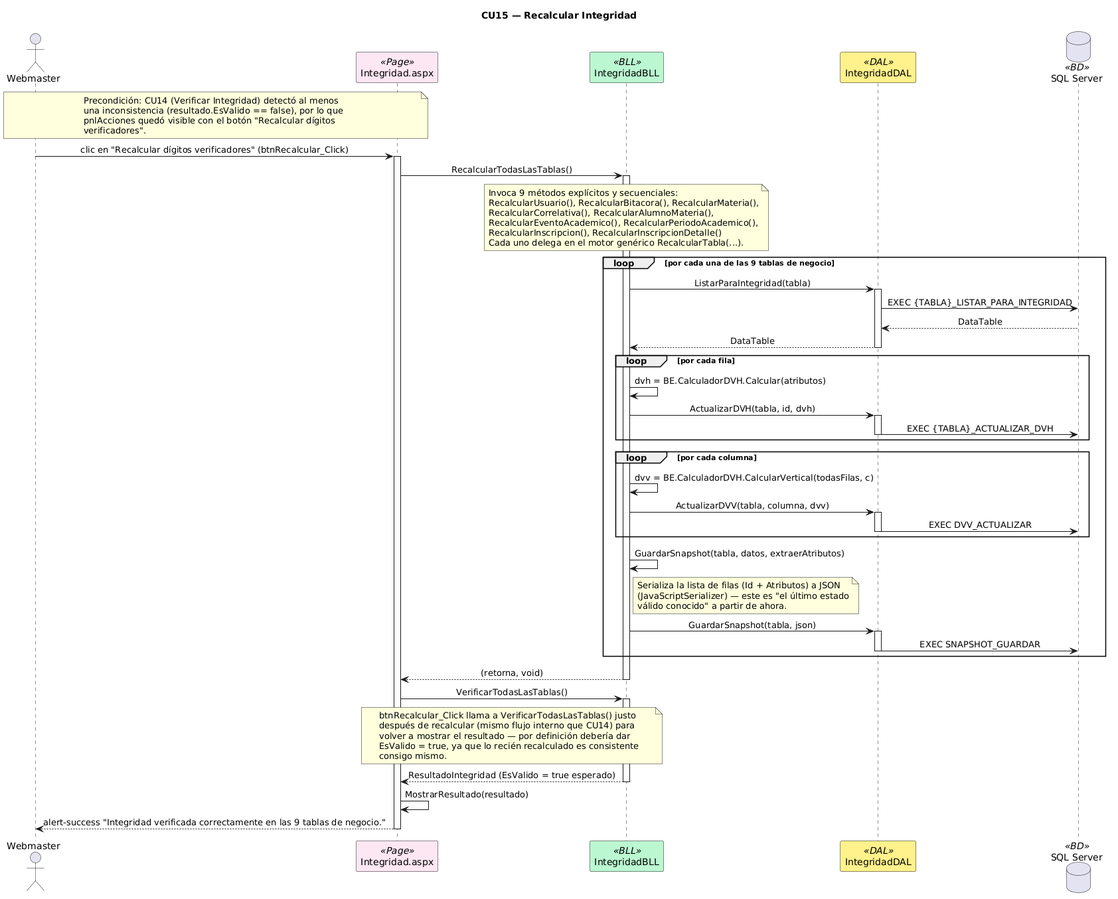
Before: DIAGRAMAS/Secuencia_CU15_RecalcularIntegridad.png, a diagram exported from PlantUML (Urrels/tpDYAWeb). The source it was exported from:
```plantuml
@startuml
title CU15 — Recalcular Integridad
skinparam sequenceMessageAlign center
skinparam shadowing false
skinparam sequenceParticipant {
    BackgroundColor<<Page>> #FCE7F3
    BackgroundColor<<BLL>> #BBF7D0
    BackgroundColor<<DAL>> #FEF08A
    BackgroundColor<<BD>> #DBEAFE
}

actor Webmaster as WM
participant "Integridad.aspx" as PAGE <<Page>>
participant "IntegridadBLL" as BLL <<BLL>>
participant "IntegridadDAL" as DAL <<DAL>>
database "SQL Server" as DB <<BD>>

note over WM, PAGE
  Precondición: CU14 (Verificar Integridad) detectó al menos
  una inconsistencia (resultado.EsValido == false), por lo que
  pnlAcciones quedó visible con el botón "Recalcular dígitos
  verificadores".
end note

WM -> PAGE : clic en "Recalcular dígitos verificadores" (btnRecalcular_Click)
activate PAGE
PAGE -> BLL : RecalcularTodasLasTablas()
activate BLL

note over BLL
  Invoca 9 métodos explícitos y secuenciales:
  RecalcularUsuario(), RecalcularBitacora(), RecalcularMateria(),
  RecalcularCorrelativa(), RecalcularAlumnoMateria(),
  RecalcularEventoAcademico(), RecalcularPeriodoAcademico(),
  RecalcularInscripcion(), RecalcularInscripcionDetalle()
  Cada uno delega en el motor genérico RecalcularTabla(...).
end note

loop por cada una de las 9 tablas de negocio
    BLL -> DAL : ListarParaIntegridad(tabla)
    activate DAL
    DAL -> DB : EXEC {TABLA}_LISTAR_PARA_INTEGRIDAD
    DB --> DAL : DataTable
    DAL --> BLL : DataTable
    deactivate DAL

    loop por cada fila
        BLL -> BLL : dvh = BE.CalculadorDVH.Calcular(atributos)
        BLL -> DAL : ActualizarDVH(tabla, id, dvh)
        activate DAL
        DAL -> DB : EXEC {TABLA}_ACTUALIZAR_DVH
        deactivate DAL
    end

    loop por cada columna
        BLL -> BLL : dvv = BE.CalculadorDVH.CalcularVertical(todasFilas, c)
        BLL -> DAL : ActualizarDVV(tabla, columna, dvv)
        activate DAL
        DAL -> DB : EXEC DVV_ACTUALIZAR
        deactivate DAL
    end

    BLL -> BLL : GuardarSnapshot(tabla, datos, extraerAtributos)
    note right of BLL
        Serializa la lista de filas (Id + Atributos) a JSON
        (JavaScriptSerializer) — este es "el último estado
        válido conocido" a partir de ahora.
    end note
    BLL -> DAL : GuardarSnapshot(tabla, json)
    activate DAL
    DAL -> DB : EXEC SNAPSHOT_GUARDAR
    deactivate DAL
end

BLL --> PAGE : (retorna, void)
deactivate BLL

PAGE -> BLL : VerificarTodasLasTablas()
note over PAGE, BLL
  btnRecalcular_Click llama a VerificarTodasLasTablas() justo
  después de recalcular (mismo flujo interno que CU14) para
  volver a mostrar el resultado — por definición debería dar
  EsValido = true, ya que lo recién recalculado es consistente
  consigo mismo.
end note
activate BLL
BLL --> PAGE : ResultadoIntegridad (EsValido = true esperado)
deactivate BLL

PAGE -> PAGE : MostrarResultado(resultado)
PAGE --> WM : alert-success "Integridad verificada correctamente en las 9 tablas de negocio."
deactivate PAGE
@enduml
```
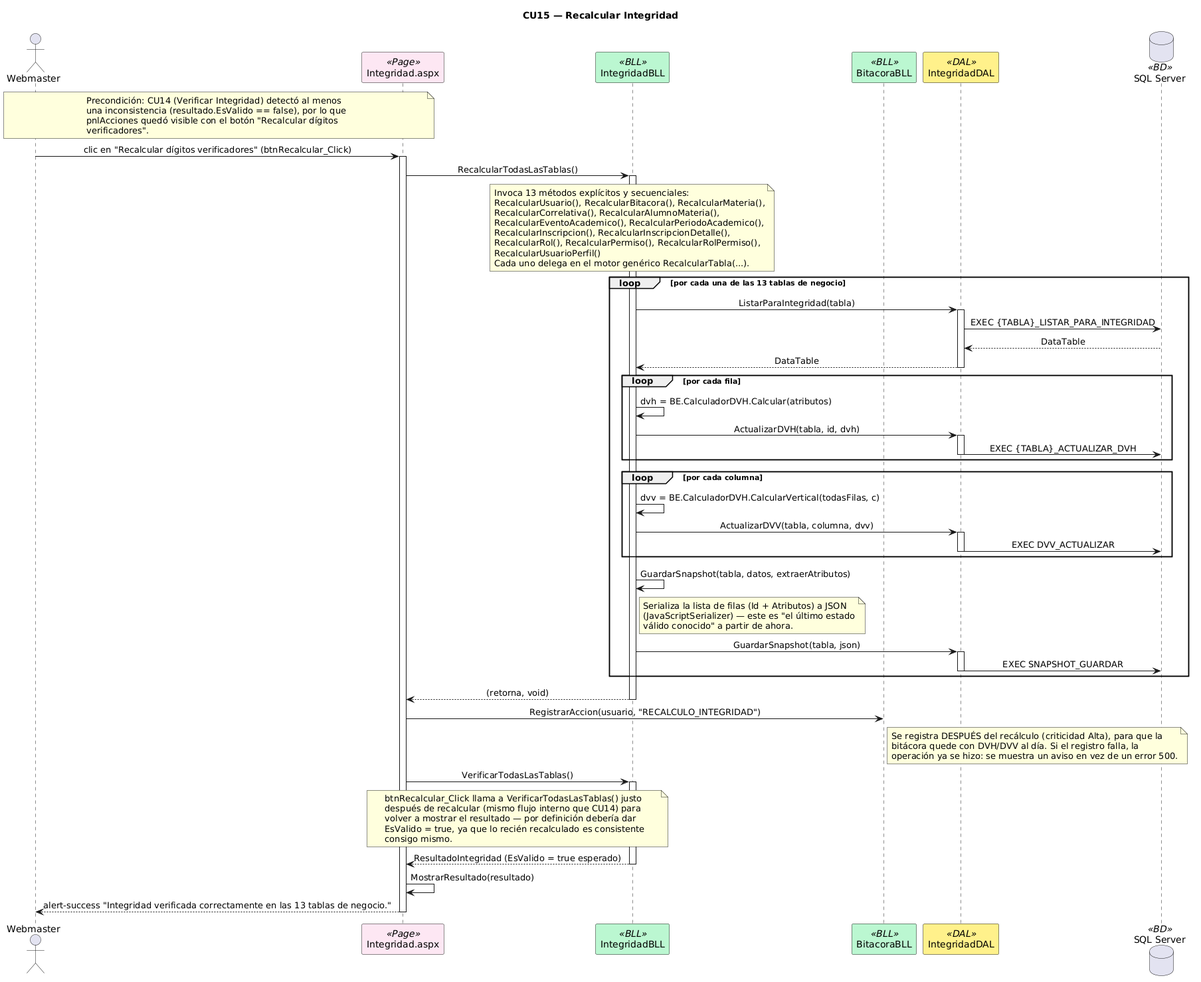
The same file after the commit.

The edit, as a diff of the source:
```diff
@@ -12,6 +12,7 @@
 actor Webmaster as WM
 participant "Integridad.aspx" as PAGE <<Page>>
 participant "IntegridadBLL" as BLL <<BLL>>
+participant "BitacoraBLL" as BITB <<BLL>>
 participant "IntegridadDAL" as DAL <<DAL>>
 database "SQL Server" as DB <<BD>>
 
@@ -28,15 +29,17 @@
 activate BLL
 
 note over BLL
-  Invoca 9 métodos explícitos y secuenciales:
+  Invoca 13 métodos explícitos y secuenciales:
   RecalcularUsuario(), RecalcularBitacora(), RecalcularMateria(),
   RecalcularCorrelativa(), RecalcularAlumnoMateria(),
   RecalcularEventoAcademico(), RecalcularPeriodoAcademico(),
-  RecalcularInscripcion(), RecalcularInscripcionDetalle()
+  RecalcularInscripcion(), RecalcularInscripcionDetalle(),
+  RecalcularRol(), RecalcularPermiso(), RecalcularRolPermiso(),
+  RecalcularUsuarioPerfil()
   Cada uno delega en el motor genérico RecalcularTabla(...).
 end note
 
-loop por cada una de las 9 tablas de negocio
+loop por cada una de las 13 tablas de negocio
     BLL -> DAL : ListarParaIntegridad(tabla)
     activate DAL
     DAL -> DB : EXEC {TABLA}_LISTAR_PARA_INTEGRIDAD
@@ -75,6 +78,13 @@
 BLL --> PAGE : (retorna, void)
 deactivate BLL
 
+PAGE -> BITB : RegistrarAccion(usuario, "RECALCULO_INTEGRIDAD")
+note right of BITB
+  Se registra DESPUÉS del recálculo (criticidad Alta), para que la
+  bitácora quede con DVH/DVV al día. Si el registro falla, la
+  operación ya se hizo: se muestra un aviso en vez de un error 500.
+end note
+
 PAGE -> BLL : VerificarTodasLasTablas()
 note over PAGE, BLL
   btnRecalcular_Click llama a VerificarTodasLasTablas() justo
@@ -88,6 +98,6 @@
 deactivate BLL
 
 PAGE -> PAGE : MostrarResultado(resultado)
-PAGE --> WM : alert-success "Integridad verificada correctamente en las 9 tablas de negocio."
+PAGE --> WM : alert-success "Integridad verificada correctamente en las 13 tablas de negocio."
 deactivate PAGE
 @enduml
```
